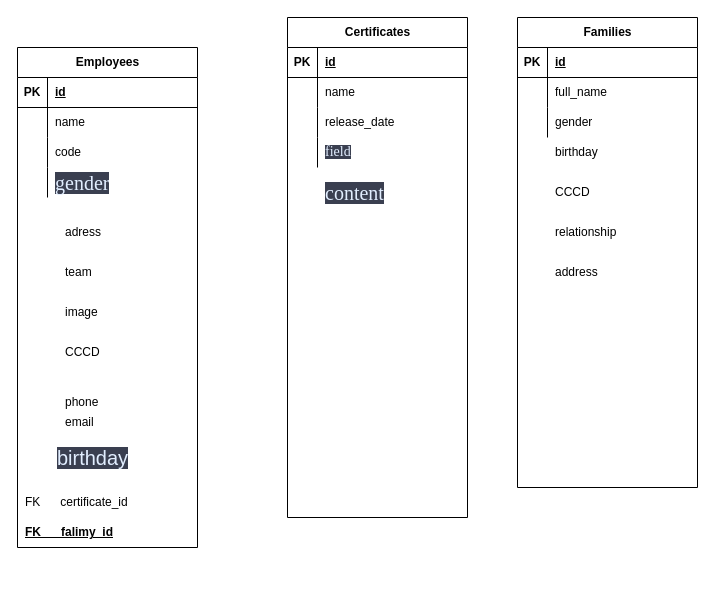
Earlier version of the draw.io diagram quanl ly nhan vien.drawio (leehoang21/uml). Source tidied: cells renumbered, new cells numbered last; positions are measured from the earlier drawing's top-left corner, leaving out a move shared by most shapes. Both pictures are drawn from the tidied source at 100%, with x=0, y=0 at pixel (17, 17).
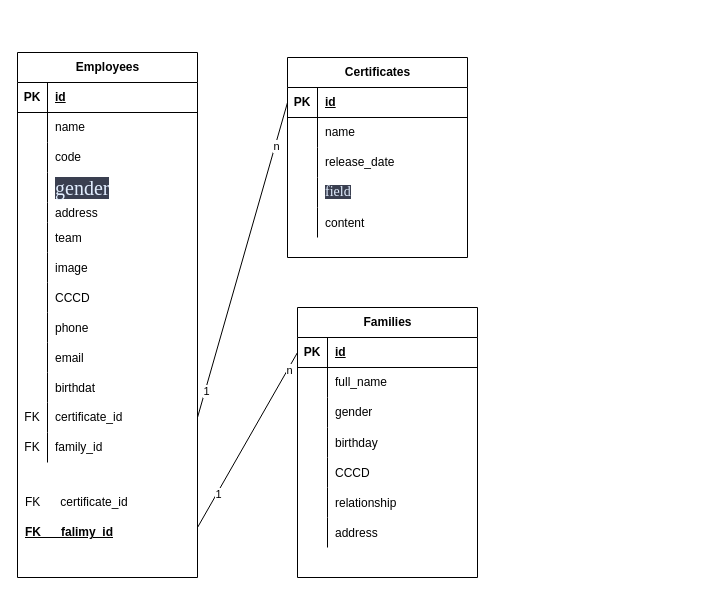
The same page after the edit.

The change refers to these unchanged cells:
```xml
<mxCell id="12" style="shape=tableRow;horizontal=0;startSize=0;swimlaneHead=0;swimlaneBody=0;fillColor=none;top=0;left=0;right=0;bottom=0;" parent="2" vertex="1">
  <mxGeometry y="120" width="180" height="30" as="geometry" />
</mxCell>
<mxCell id="17" style="shape=tableRow;horizontal=0;startSize=0;swimlaneHead=0;swimlaneBody=0;fillColor=none;points=[[0,0.5],[1,0.5]];portConstraint=eastwest;top=0;left=0;right=0;bottom=1;" parent="16" vertex="1">
  <mxGeometry y="30" width="180" height="30" as="geometry" />
</mxCell>
<mxCell id="33" style="shape=tableRow;horizontal=0;startSize=0;swimlaneHead=0;swimlaneBody=0;fillColor=none;points=[[0,0.5],[1,0.5]];portConstraint=eastwest;top=0;left=0;right=0;bottom=1;" parent="32" vertex="1">
  <mxGeometry y="30" width="180" height="30" as="geometry" />
</mxCell>
<mxCell id="42" style="shape=tableRow;horizontal=0;startSize=0;swimlaneHead=0;swimlaneBody=0;fillColor=none;top=0;left=0;right=0;bottom=0;" parent="1" vertex="1">
  <mxGeometry x="500" y="120" width="180" height="30" as="geometry" />
</mxCell>
<mxCell id="45" style="shape=tableRow;horizontal=0;startSize=0;swimlaneHead=0;swimlaneBody=0;fillColor=none;top=0;left=0;right=0;bottom=0;" parent="1" vertex="1">
  <mxGeometry x="500" y="160" width="180" height="30" as="geometry" />
</mxCell>
<mxCell id="48" style="shape=tableRow;horizontal=0;startSize=0;swimlaneHead=0;swimlaneBody=0;fillColor=none;top=0;left=0;right=0;bottom=0;" parent="1" vertex="1">
  <mxGeometry x="500" y="200" width="180" height="30" as="geometry" />
</mxCell>
<mxCell id="51" style="shape=tableRow;horizontal=0;startSize=0;swimlaneHead=0;swimlaneBody=0;fillColor=none;top=0;left=0;right=0;bottom=0;" parent="1" vertex="1">
  <mxGeometry x="490" y="240" width="180" height="30" as="geometry" />
</mxCell>
<mxCell id="64" style="shape=tableRow;horizontal=0;startSize=0;swimlaneHead=0;swimlaneBody=0;fillColor=none;top=0;left=0;right=0;bottom=0;" parent="1" vertex="1">
  <mxGeometry x="10" y="200" width="180" height="30" as="geometry" />
</mxCell>
```

Diff of the diagram source:
```diff
@@
     <mxCell id="2" value="Employees" style="shape=table;startSize=30;childLayout=tableLayout;rowLines=0;fontStyle=1;align=center;html=1;" parent="1" vertex="1">
-      <mxGeometry y="30" width="180" height="500" as="geometry" />
+      <mxGeometry y="35" width="180" height="525" as="geometry" />
     </mxCell>
@@
-    <mxCell id="14" value="&lt;span style=&quot;color: rgb(226, 238, 255); font-size: 20px; background-color: rgb(58, 63, 80);&quot;&gt;&lt;font face=&quot;Times New Roman&quot;&gt;gender&lt;/font&gt;&lt;/span&gt;" style="shape=partialRectangle;fillColor=none;top=0;left=0;bottom=0;right=0;align=left;spacingLeft=6;overflow=hidden;whiteSpace=wrap;html=1;" parent="12" vertex="1">
+    <mxCell id="14" value="&lt;font face=&quot;Times New Roman&quot; color=&quot;#e2eeff&quot;&gt;&lt;span style=&quot;font-size: 20px; background-color: rgb(58, 63, 80);&quot;&gt;gender&lt;/span&gt;&lt;/font&gt;" style="shape=partialRectangle;fillColor=none;top=0;left=0;bottom=0;right=0;align=left;spacingLeft=6;overflow=hidden;whiteSpace=wrap;html=1;" parent="12" vertex="1">
       <mxGeometry x="30" width="150" height="30" as="geometry" />
     </mxCell>
-    <mxCell id="15" value="&lt;span style=&quot;background-color: rgb(58, 63, 80); color: rgb(226, 238, 255); font-family: &amp;quot;Google Sans&amp;quot;, Arial, sans-serif; font-size: 20px; text-align: left; text-wrap-mode: wrap;&quot;&gt;birthday&lt;/span&gt;" style="text;html=1;align=center;verticalAlign=middle;strokeColor=none;fillColor=none;" parent="1" vertex="1">
-      <mxGeometry x="30" y="420" width="90" height="40" as="geometry" />
-    </mxCell>
+    <mxCell id="74" style="shape=tableRow;horizontal=0;startSize=0;swimlaneHead=0;swimlaneBody=0;fillColor=none;top=0;left=0;right=0;bottom=0;" parent="2" vertex="1">
+      <mxGeometry y="150" width="180" height="20" as="geometry" />
+    </mxCell>
+    <mxCell id="75" style="shape=partialRectangle;fillColor=none;top=0;left=0;bottom=0;right=0;overflow=hidden;" parent="74" vertex="1">
+      <mxGeometry width="30" height="20" as="geometry" />
+    </mxCell>
+    <mxCell id="76" value="address" style="shape=partialRectangle;fillColor=none;top=0;left=0;bottom=0;right=0;align=left;spacingLeft=6;overflow=hidden;" parent="74" vertex="1">
+      <mxGeometry x="30" width="150" height="20" as="geometry" />
+    </mxCell>
+    <mxCell id="77" style="shape=tableRow;horizontal=0;startSize=0;swimlaneHead=0;swimlaneBody=0;fillColor=none;top=0;left=0;right=0;bottom=0;" parent="2" vertex="1">
+      <mxGeometry y="170" width="180" height="30" as="geometry" />
+    </mxCell>
+    <mxCell id="78" style="shape=partialRectangle;fillColor=none;top=0;left=0;bottom=0;right=0;overflow=hidden;" parent="77" vertex="1">
+      <mxGeometry width="30" height="30" as="geometry" />
+    </mxCell>
+    <mxCell id="67" value="team" style="shape=partialRectangle;fillColor=none;top=0;left=0;bottom=0;right=0;align=left;spacingLeft=6;overflow=hidden;" parent="77" vertex="1">
+      <mxGeometry x="30" width="150" height="30" as="geometry" />
+    </mxCell>
+    <mxCell id="79" style="shape=tableRow;horizontal=0;startSize=0;swimlaneHead=0;swimlaneBody=0;fillColor=none;top=0;left=0;right=0;bottom=0;" parent="2" vertex="1">
+      <mxGeometry y="200" width="180" height="30" as="geometry" />
+    </mxCell>
+    <mxCell id="80" style="shape=partialRectangle;fillColor=none;top=0;left=0;bottom=0;right=0;overflow=hidden;" parent="79" vertex="1">
+      <mxGeometry width="30" height="30" as="geometry" />
+    </mxCell>
+    <mxCell id="68" value="image" style="shape=partialRectangle;fillColor=none;top=0;left=0;bottom=0;right=0;align=left;spacingLeft=6;overflow=hidden;" parent="79" vertex="1">
+      <mxGeometry x="30" width="150" height="30" as="geometry" />
+    </mxCell>
+    <mxCell id="81" style="shape=tableRow;horizontal=0;startSize=0;swimlaneHead=0;swimlaneBody=0;fillColor=none;top=0;left=0;right=0;bottom=0;" parent="2" vertex="1">
+      <mxGeometry y="230" width="180" height="30" as="geometry" />
+    </mxCell>
+    <mxCell id="82" style="shape=partialRectangle;fillColor=none;top=0;left=0;bottom=0;right=0;overflow=hidden;" parent="81" vertex="1">
+      <mxGeometry width="30" height="30" as="geometry" />
+    </mxCell>
+    <mxCell id="83" value="CCCD" style="shape=partialRectangle;fillColor=none;top=0;left=0;bottom=0;right=0;align=left;spacingLeft=6;overflow=hidden;" parent="81" vertex="1">
+      <mxGeometry x="30" width="150" height="30" as="geometry" />
+    </mxCell>
+    <mxCell id="84" style="shape=tableRow;horizontal=0;startSize=0;swimlaneHead=0;swimlaneBody=0;fillColor=none;top=0;left=0;right=0;bottom=0;" parent="2" vertex="1">
+      <mxGeometry y="260" width="180" height="30" as="geometry" />
+    </mxCell>
+    <mxCell id="85" style="shape=partialRectangle;fillColor=none;top=0;left=0;bottom=0;right=0;overflow=hidden;" parent="84" vertex="1">
+      <mxGeometry width="30" height="30" as="geometry" />
+    </mxCell>
+    <mxCell id="70" value="phone" style="shape=partialRectangle;fillColor=none;top=0;left=0;bottom=0;right=0;align=left;spacingLeft=6;overflow=hidden;" parent="84" vertex="1">
+      <mxGeometry x="30" width="150" height="30" as="geometry" />
+    </mxCell>
+    <mxCell id="86" style="shape=tableRow;horizontal=0;startSize=0;swimlaneHead=0;swimlaneBody=0;fillColor=none;top=0;left=0;right=0;bottom=0;" parent="2" vertex="1">
+      <mxGeometry y="290" width="180" height="30" as="geometry" />
+    </mxCell>
+    <mxCell id="87" style="shape=partialRectangle;fillColor=none;top=0;left=0;bottom=0;right=0;overflow=hidden;" parent="86" vertex="1">
+      <mxGeometry width="30" height="30" as="geometry" />
+    </mxCell>
+    <mxCell id="71" value="email" style="shape=partialRectangle;fillColor=none;top=0;left=0;bottom=0;right=0;align=left;spacingLeft=6;overflow=hidden;" parent="86" vertex="1">
+      <mxGeometry x="30" width="150" height="30" as="geometry" />
+    </mxCell>
+    <mxCell id="88" style="shape=tableRow;horizontal=0;startSize=0;swimlaneHead=0;swimlaneBody=0;fillColor=none;top=0;left=0;right=0;bottom=0;" parent="2" vertex="1">
+      <mxGeometry y="320" width="180" height="30" as="geometry" />
+    </mxCell>
+    <mxCell id="89" style="shape=partialRectangle;fillColor=none;top=0;left=0;bottom=0;right=0;overflow=hidden;" parent="88" vertex="1">
+      <mxGeometry width="30" height="30" as="geometry" />
+    </mxCell>
+    <mxCell id="90" value="birthdat" style="shape=partialRectangle;fillColor=none;top=0;left=0;bottom=0;right=0;align=left;spacingLeft=6;overflow=hidden;" parent="88" vertex="1">
+      <mxGeometry x="30" width="150" height="30" as="geometry" />
+    </mxCell>
+    <mxCell id="91" style="shape=tableRow;horizontal=0;startSize=0;swimlaneHead=0;swimlaneBody=0;fillColor=none;points=[[0,0.5],[1,0.5]];portConstraint=eastwest;top=0;left=0;right=0;bottom=0;" parent="2" vertex="1">
+      <mxGeometry y="350" width="180" height="30" as="geometry" />
+    </mxCell>
+    <mxCell id="92" value="FK" style="shape=partialRectangle;fillColor=none;top=0;left=0;bottom=0;right=0;fontStyle=0;overflow=hidden;whiteSpace=wrap;html=1;" parent="91" vertex="1">
+      <mxGeometry width="30" height="30" as="geometry" />
+    </mxCell>
+    <mxCell id="93" value="certificate_id" style="shape=partialRectangle;fillColor=none;top=0;left=0;bottom=0;right=0;align=left;spacingLeft=6;fontStyle=0;overflow=hidden;whiteSpace=wrap;html=1;" parent="91" vertex="1">
+      <mxGeometry x="30" width="150" height="30" as="geometry" />
+    </mxCell>
+    <mxCell id="94" style="shape=tableRow;horizontal=0;startSize=0;swimlaneHead=0;swimlaneBody=0;fillColor=none;top=0;left=0;right=0;bottom=0;" parent="2" vertex="1">
+      <mxGeometry y="380" width="180" height="30" as="geometry" />
+    </mxCell>
+    <mxCell id="95" value="FK" style="shape=partialRectangle;fillColor=none;top=0;left=0;bottom=0;right=0;fontStyle=0;overflow=hidden;whiteSpace=wrap;html=1;" parent="94" vertex="1">
+      <mxGeometry width="30" height="30" as="geometry" />
+    </mxCell>
+    <mxCell id="96" value="family_id" style="shape=partialRectangle;fillColor=none;top=0;left=0;bottom=0;right=0;align=left;spacingLeft=6;fontStyle=0;overflow=hidden;whiteSpace=wrap;html=1;" parent="94" vertex="1">
+      <mxGeometry x="30" width="150" height="30" as="geometry" />
+    </mxCell>
     <mxCell id="16" value="Certificates" style="shape=table;startSize=30;childLayout=tableLayout;rowLines=0;fontStyle=1;align=center;html=1;" parent="1" vertex="1">
-      <mxGeometry x="270" width="180" height="500" as="geometry" />
+      <mxGeometry x="270" y="40" width="180" height="200" as="geometry" />
     </mxCell>
@@
-    <mxCell id="29" style="shape=tableRow;horizontal=0;startSize=0;swimlaneHead=0;swimlaneBody=0;fillColor=none;top=0;left=0;right=0;bottom=0;" parent="1" vertex="1">
-      <mxGeometry x="270" y="160" width="180" height="30" as="geometry" />
-    </mxCell>
-    <mxCell id="30" style="shape=partialRectangle;fillColor=none;top=0;left=0;bottom=0;right=0;overflow=hidden;whiteSpace=wrap;html=1;" parent="29" vertex="1">
-      <mxGeometry width="30" height="30" as="geometry" />
-    </mxCell>
+    <mxCell id="97" style="shape=tableRow;horizontal=0;startSize=0;swimlaneHead=0;swimlaneBody=0;fillColor=none;top=0;left=0;right=0;bottom=0;" parent="16" vertex="1">
+      <mxGeometry y="150" width="180" height="30" as="geometry" />
+    </mxCell>
+    <mxCell id="98" style="shape=partialRectangle;fillColor=none;top=0;left=0;bottom=0;right=0;overflow=hidden;" parent="97" vertex="1">
+      <mxGeometry width="30" height="30" as="geometry" />
+    </mxCell>
-    <mxCell id="31" value="&lt;span style=&quot;color: rgb(226, 238, 255); font-size: 20px; background-color: rgb(58, 63, 80);&quot;&gt;&lt;font face=&quot;Times New Roman&quot;&gt;content&lt;/font&gt;&lt;/span&gt;" style="shape=partialRectangle;fillColor=none;top=0;left=0;bottom=0;right=0;align=left;spacingLeft=6;overflow=hidden;whiteSpace=wrap;html=1;" parent="29" vertex="1">
+    <mxCell id="31" value="content" style="shape=partialRectangle;fillColor=none;top=0;left=0;bottom=0;right=0;align=left;spacingLeft=6;overflow=hidden;" parent="97" vertex="1">
       <mxGeometry x="30" width="150" height="30" as="geometry" />
     </mxCell>
     <mxCell id="32" value="Families" style="shape=table;startSize=30;childLayout=tableLayout;rowLines=0;fontStyle=1;align=center;html=1;" parent="1" vertex="1">
-      <mxGeometry x="500" width="180" height="470" as="geometry" />
+      <mxGeometry x="280" y="290" width="180" height="270" as="geometry" />
     </mxCell>
@@
+    <mxCell id="99" style="shape=tableRow;horizontal=0;startSize=0;swimlaneHead=0;swimlaneBody=0;fillColor=none;top=0;left=0;right=0;bottom=0;" parent="32" vertex="1">
+      <mxGeometry y="120" width="180" height="30" as="geometry" />
+    </mxCell>
+    <mxCell id="100" style="shape=partialRectangle;fillColor=none;top=0;left=0;bottom=0;right=0;overflow=hidden;" parent="99" vertex="1">
+      <mxGeometry width="30" height="30" as="geometry" />
+    </mxCell>
+    <mxCell id="101" value="birthday" style="shape=partialRectangle;fillColor=none;top=0;left=0;bottom=0;right=0;align=left;spacingLeft=6;overflow=hidden;" parent="99" vertex="1">
+      <mxGeometry x="30" width="150" height="30" as="geometry" />
+    </mxCell>
+    <mxCell id="102" style="shape=tableRow;horizontal=0;startSize=0;swimlaneHead=0;swimlaneBody=0;fillColor=none;top=0;left=0;right=0;bottom=0;" parent="32" vertex="1">
+      <mxGeometry y="150" width="180" height="30" as="geometry" />
+    </mxCell>
+    <mxCell id="103" style="shape=partialRectangle;fillColor=none;top=0;left=0;bottom=0;right=0;overflow=hidden;" parent="102" vertex="1">
+      <mxGeometry width="30" height="30" as="geometry" />
+    </mxCell>
+    <mxCell id="104" value="CCCD" style="shape=partialRectangle;fillColor=none;top=0;left=0;bottom=0;right=0;align=left;spacingLeft=6;overflow=hidden;" parent="102" vertex="1">
+      <mxGeometry x="30" width="150" height="30" as="geometry" />
+    </mxCell>
+    <mxCell id="105" style="shape=tableRow;horizontal=0;startSize=0;swimlaneHead=0;swimlaneBody=0;fillColor=none;top=0;left=0;right=0;bottom=0;" parent="32" vertex="1">
+      <mxGeometry y="180" width="180" height="30" as="geometry" />
+    </mxCell>
+    <mxCell id="106" style="shape=partialRectangle;fillColor=none;top=0;left=0;bottom=0;right=0;overflow=hidden;" parent="105" vertex="1">
+      <mxGeometry width="30" height="30" as="geometry" />
+    </mxCell>
+    <mxCell id="50" value="relationship" style="shape=partialRectangle;fillColor=none;top=0;left=0;bottom=0;right=0;align=left;spacingLeft=6;overflow=hidden;" parent="105" vertex="1">
+      <mxGeometry x="30" width="150" height="30" as="geometry" />
+    </mxCell>
+    <mxCell id="107" style="shape=tableRow;horizontal=0;startSize=0;swimlaneHead=0;swimlaneBody=0;fillColor=none;top=0;left=0;right=0;bottom=0;" parent="32" vertex="1">
+      <mxGeometry y="210" width="180" height="30" as="geometry" />
+    </mxCell>
+    <mxCell id="108" style="shape=partialRectangle;fillColor=none;top=0;left=0;bottom=0;right=0;overflow=hidden;" parent="107" vertex="1">
+      <mxGeometry width="30" height="30" as="geometry" />
+    </mxCell>
+    <mxCell id="109" value="address" style="shape=partialRectangle;fillColor=none;top=0;left=0;bottom=0;right=0;align=left;spacingLeft=6;overflow=hidden;" parent="107" vertex="1">
+      <mxGeometry x="30" width="150" height="30" as="geometry" />
+    </mxCell>
@@
-    <mxCell id="44" value="birthday" style="shape=partialRectangle;fillColor=none;top=0;left=0;bottom=0;right=0;align=left;spacingLeft=6;overflow=hidden;whiteSpace=wrap;html=1;" parent="42" vertex="1">
-      <mxGeometry x="30" width="150" height="30" as="geometry" />
-    </mxCell>
@@
-    <mxCell id="47" value="CCCD" style="shape=partialRectangle;fillColor=none;top=0;left=0;bottom=0;right=0;align=left;spacingLeft=6;overflow=hidden;whiteSpace=wrap;html=1;" parent="45" vertex="1">
-      <mxGeometry x="30" width="150" height="30" as="geometry" />
-    </mxCell>
@@
-    <mxCell id="50" value="relationship" style="shape=partialRectangle;fillColor=none;top=0;left=0;bottom=0;right=0;align=left;spacingLeft=6;overflow=hidden;whiteSpace=wrap;html=1;" parent="48" vertex="1">
-      <mxGeometry x="30" width="150" height="30" as="geometry" />
-    </mxCell>
@@
-    <mxCell id="53" value="address" style="shape=partialRectangle;fillColor=none;top=0;left=0;bottom=0;right=0;align=left;spacingLeft=6;overflow=hidden;whiteSpace=wrap;html=1;" parent="51" vertex="1">
-      <mxGeometry x="40" width="150" height="30" as="geometry" />
-    </mxCell>
@@
-    <mxCell id="66" value="adress" style="shape=partialRectangle;fillColor=none;top=0;left=0;bottom=0;right=0;align=left;spacingLeft=6;overflow=hidden;whiteSpace=wrap;html=1;" parent="64" vertex="1">
-      <mxGeometry x="30" width="150" height="30" as="geometry" />
-    </mxCell>
-    <mxCell id="67" value="team" style="shape=partialRectangle;fillColor=none;top=0;left=0;bottom=0;right=0;align=left;spacingLeft=6;overflow=hidden;whiteSpace=wrap;html=1;" parent="1" vertex="1">
-      <mxGeometry x="40" y="240" width="150" height="30" as="geometry" />
-    </mxCell>
-    <mxCell id="68" value="image" style="shape=partialRectangle;fillColor=none;top=0;left=0;bottom=0;right=0;align=left;spacingLeft=6;overflow=hidden;whiteSpace=wrap;html=1;" parent="1" vertex="1">
-      <mxGeometry x="40" y="280" width="150" height="30" as="geometry" />
-    </mxCell>
-    <mxCell id="69" value="CCCD" style="shape=partialRectangle;fillColor=none;top=0;left=0;bottom=0;right=0;align=left;spacingLeft=6;overflow=hidden;whiteSpace=wrap;html=1;" parent="1" vertex="1">
-      <mxGeometry x="40" y="320" width="150" height="30" as="geometry" />
-    </mxCell>
-    <mxCell id="70" value="phone" style="shape=partialRectangle;fillColor=none;top=0;left=0;bottom=0;right=0;align=left;spacingLeft=6;overflow=hidden;whiteSpace=wrap;html=1;" parent="1" vertex="1">
-      <mxGeometry x="40" y="370" width="140" height="30" as="geometry" />
-    </mxCell>
-    <mxCell id="71" value="email" style="shape=partialRectangle;fillColor=none;top=0;left=0;bottom=0;right=0;align=left;spacingLeft=6;overflow=hidden;whiteSpace=wrap;html=1;" parent="1" vertex="1">
-      <mxGeometry x="40" y="390" width="145" height="30" as="geometry" />
-    </mxCell>
@@
+    <mxCell id="110" style="endArrow=none;html=1;rounded=0;exitX=1;exitY=0.5;exitDx=0;exitDy=0;entryX=0;entryY=0.5;entryDx=0;entryDy=0;" parent="1" edge="1" source="91" target="17">
+      <mxGeometry relative="1" as="geometry" />
+    </mxCell>
+    <mxCell id="111" value="1" style="edgeLabel;html=1;align=center;verticalAlign=middle;" parent="110" vertex="1">
+      <mxGeometry x="-0.83" y="-1" relative="1" as="geometry" />
+    </mxCell>
+    <mxCell id="112" value="n" style="edgeLabel;html=1;align=center;verticalAlign=middle;" parent="110" vertex="1">
+      <mxGeometry x="0.73" y="-1" relative="1" as="geometry" />
+    </mxCell>
+    <mxCell id="113" style="endArrow=none;html=1;rounded=0;entryX=0;entryY=0.5;entryDx=0;entryDy=0;" parent="1" edge="1" target="33">
+      <mxGeometry relative="1" as="geometry">
+        <mxPoint x="180" y="510" as="sourcePoint" />
+      </mxGeometry>
+    </mxCell>
+    <mxCell id="114" value="n" style="edgeLabel;html=1;align=center;verticalAlign=middle;" parent="113" vertex="1">
+      <mxGeometry x="0.81" y="-1" relative="1" as="geometry" />
+    </mxCell>
+    <mxCell id="115" value="1" style="edgeLabel;html=1;align=center;verticalAlign=middle;" parent="113" vertex="1">
+      <mxGeometry x="-0.61" y="-1" relative="1" as="geometry" />
+    </mxCell>
```
